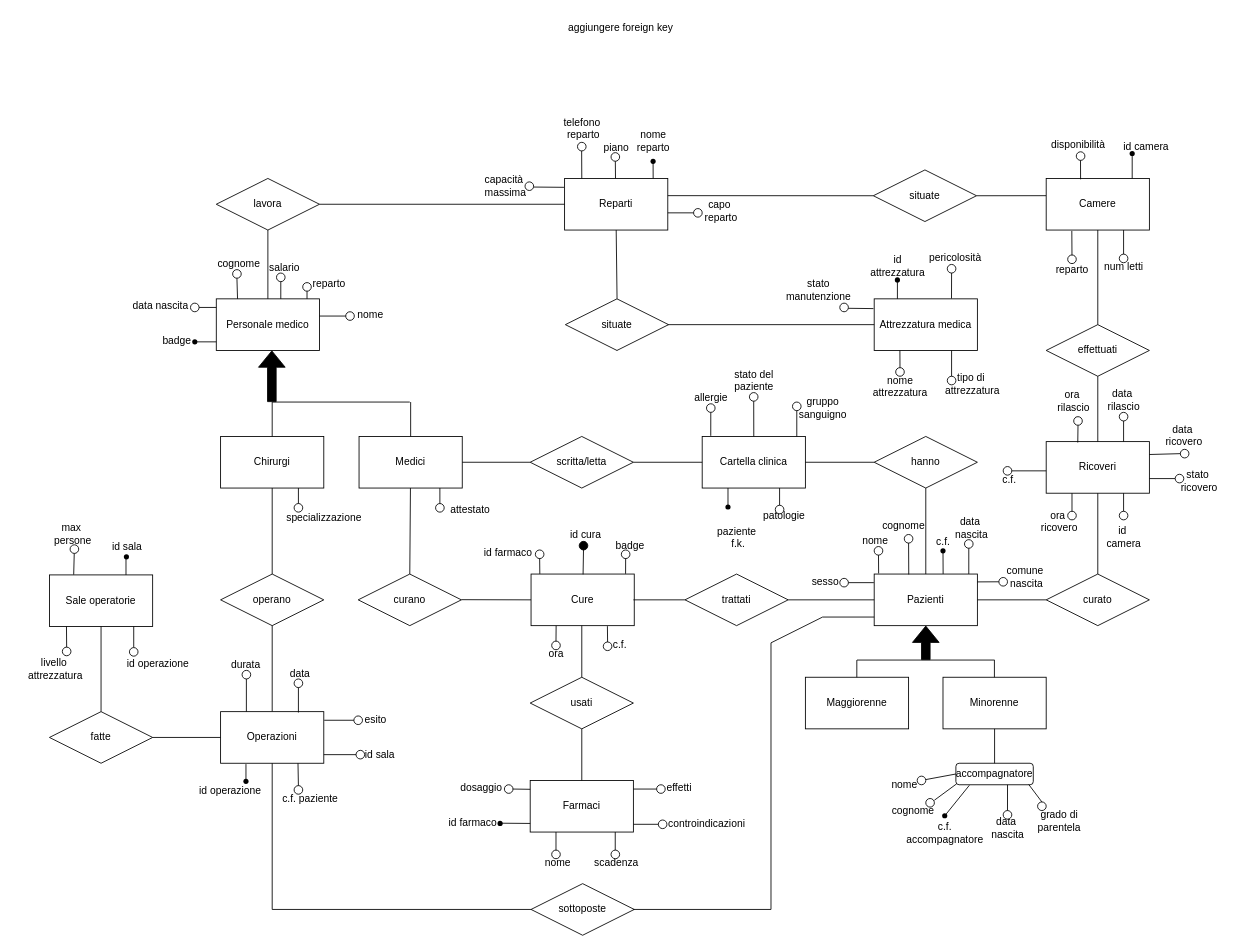
The draw.io diagram ER-conc2.drawio in MicheleDioli/UniPD-database-project-2024, before the edit. Source tidied: cells renumbered, new cells numbered last; positions are measured from the earlier drawing's top-left corner, leaving out a move shared by most shapes. Both pictures are drawn from the tidied source at 86%, with x=0, y=0 at pixel (15, 15).
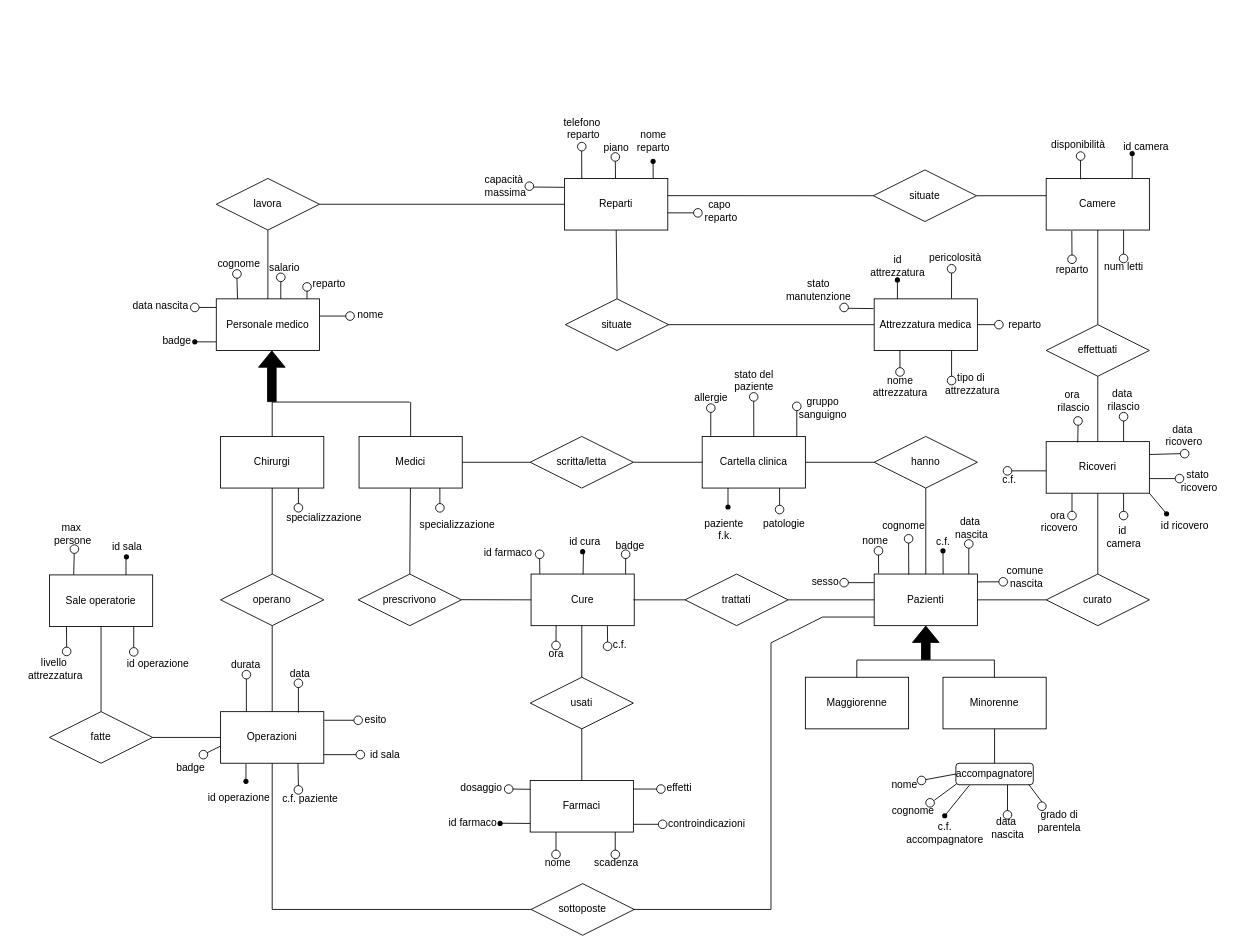
The same page after the edit.

Commit message (it also covers changes not shown here):
aggiunte foreign e risolte ridondanze dovute  a ciclo

Unchanged cells that the change refers to:
```xml
<mxCell id="11" value="Attrezzatura medica" style="rounded=0;whiteSpace=wrap;html=1;" parent="1" vertex="1">
  <mxGeometry x="999" y="330" width="120" height="60" as="geometry" />
</mxCell>
<mxCell id="172" value="Ricoveri" style="rounded=0;whiteSpace=wrap;html=1;" parent="1" vertex="1">
  <mxGeometry x="1199" y="496" width="120" height="60" as="geometry" />
</mxCell>
```

What changed in the source:
```diff
@@
     <mxCell id="60" value="patologie" style="text;html=1;align=center;verticalAlign=middle;strokeColor=none;fillColor=none;" parent="1" vertex="1">
-      <mxGeometry x="859" y="568" width="70" height="30" as="geometry" />
+      <mxGeometry x="859" y="577" width="70" height="30" as="geometry" />
     </mxCell>
@@
     <mxCell id="143" value="id operazione" style="text;html=1;align=center;verticalAlign=middle;strokeColor=none;fillColor=none;" parent="1" vertex="1">
-      <mxGeometry x="200" y="887" width="100" height="30" as="geometry" />
+      <mxGeometry x="210" y="895" width="100" height="30" as="geometry" />
     </mxCell>
@@
-    <mxCell id="165" value="aggiungere foreign key" style="text;html=1;align=center;verticalAlign=middle;strokeColor=none;fillColor=none;" parent="1" vertex="1">
-      <mxGeometry x="629" width="150" height="30" as="geometry" />
-    </mxCell>
-    <mxCell id="166" value="attestato&lt;div&gt;&lt;br&gt;&lt;/div&gt;" style="text;html=1;align=center;verticalAlign=middle;strokeColor=none;fillColor=none;" parent="1" vertex="1">
-      <mxGeometry x="494" y="563" width="70" height="40" as="geometry" />
+    <mxCell id="166" value="specializzazione" style="text;html=1;align=center;verticalAlign=middle;strokeColor=none;fillColor=none;" parent="1" vertex="1">
+      <mxGeometry x="459" y="578" width="110" height="30" as="geometry" />
     </mxCell>
@@
     <mxCell id="200" value="id sala" style="text;html=1;align=center;verticalAlign=middle;strokeColor=none;fillColor=none;" parent="1" vertex="1">
-      <mxGeometry x="394" y="845" width="60" height="30" as="geometry" />
+      <mxGeometry x="400" y="845" width="60" height="30" as="geometry" />
     </mxCell>
@@
     <mxCell id="209" value="paziente&lt;div&gt;&amp;nbsp;f.k.&lt;div&gt;&lt;br&gt;&lt;/div&gt;&lt;/div&gt;" style="text;html=1;align=center;verticalAlign=middle;strokeColor=none;fillColor=none;" parent="1" vertex="1">
-      <mxGeometry x="804" y="585" width="70" height="60" as="geometry" />
+      <mxGeometry x="788.9" y="576" width="70" height="60" as="geometry" />
     </mxCell>
@@
-    <mxCell id="214" value="curano" style="shape=rhombus;perimeter=rhombusPerimeter;whiteSpace=wrap;html=1;align=center;" parent="1" vertex="1">
+    <mxCell id="214" value="prescrivono" style="shape=rhombus;perimeter=rhombusPerimeter;whiteSpace=wrap;html=1;align=center;" parent="1" vertex="1">
       <mxGeometry x="399" y="650" width="120" height="60" as="geometry" />
     </mxCell>
@@
     <mxCell id="218" value="id cura&amp;nbsp;" style="text;html=1;align=center;verticalAlign=middle;strokeColor=none;fillColor=none;" parent="1" vertex="1">
-      <mxGeometry x="635" y="590" width="60" height="30" as="geometry" />
+      <mxGeometry x="634" y="598" width="60" height="30" as="geometry" />
     </mxCell>
@@
-    <mxCell id="224" style="ellipse;whiteSpace=wrap;html=1;fillColor=#000000;" parent="1" vertex="1">
-      <mxGeometry x="656" y="612" width="10" height="10" as="geometry" />
-    </mxCell>
@@
+    <mxCell id="274" style="shape=waypoint;sketch=0;fillStyle=solid;size=6;fillColor=none;perimeter=centerPerimeter;" parent="1" vertex="1">
+      <mxGeometry x="650" y="614" width="20" height="20" as="geometry" />
+    </mxCell>
+    <mxCell id="275" style="endArrow=none;html=1;exitX=1;exitY=0.5;exitDx=0;exitDy=0;startArrow=none;" parent="1" edge="1" source="277">
+      <mxGeometry relative="1" as="geometry">
+        <mxPoint x="1139" y="360" as="targetPoint" />
+      </mxGeometry>
+    </mxCell>
+    <mxCell id="276" style="endArrow=none;html=1;exitX=1;exitY=0.5;exitDx=0;exitDy=0;" parent="1" edge="1" source="11" target="277">
+      <mxGeometry relative="1" as="geometry" />
+    </mxCell>
+    <mxCell id="277" style="ellipse;whiteSpace=wrap;html=1;" parent="1" vertex="1">
+      <mxGeometry x="1139" y="355" width="10" height="10" as="geometry" />
+    </mxCell>
+    <mxCell id="278" value="reparto" style="text;html=1;align=center;verticalAlign=middle;strokeColor=none;fillColor=none;" parent="1" vertex="1">
+      <mxGeometry x="1144" y="345" width="60" height="30" as="geometry" />
+    </mxCell>
+    <mxCell id="279" style="endArrow=none;html=1;startArrow=none;" parent="1" edge="1" source="281">
+      <mxGeometry relative="1" as="geometry">
+        <mxPoint x="239" y="850" as="targetPoint" />
+      </mxGeometry>
+    </mxCell>
+    <mxCell id="280" style="endArrow=none;html=1;" parent="1" edge="1" target="281">
+      <mxGeometry relative="1" as="geometry">
+        <mxPoint x="219" y="860" as="sourcePoint" />
+      </mxGeometry>
+    </mxCell>
+    <mxCell id="281" style="ellipse;whiteSpace=wrap;html=1;" parent="1" vertex="1">
+      <mxGeometry x="214" y="855" width="10" height="10" as="geometry" />
+    </mxCell>
+    <mxCell id="282" value="badge" style="text;html=1;align=center;verticalAlign=middle;strokeColor=none;fillColor=none;" parent="1" vertex="1">
+      <mxGeometry x="174" y="860" width="60" height="30" as="geometry" />
+    </mxCell>
+    <mxCell id="283" style="endArrow=none;html=1;entryX=1;entryY=1;entryDx=0;entryDy=0;" parent="1" edge="1" source="284" target="172">
+      <mxGeometry relative="1" as="geometry" />
+    </mxCell>
+    <mxCell id="284" style="shape=waypoint;sketch=0;fillStyle=solid;size=6;points=[];fillColor=none;perimeter=centerPerimeter;snapToPoint=1;" parent="1" vertex="1">
+      <mxGeometry x="1329" y="570" width="20" height="20" as="geometry" />
+    </mxCell>
+    <mxCell id="285" value="id ricovero" style="text;html=1;align=center;verticalAlign=middle;strokeColor=none;fillColor=none;" parent="1" vertex="1">
+      <mxGeometry x="1320" y="579" width="80" height="30" as="geometry" />
+    </mxCell>
```
